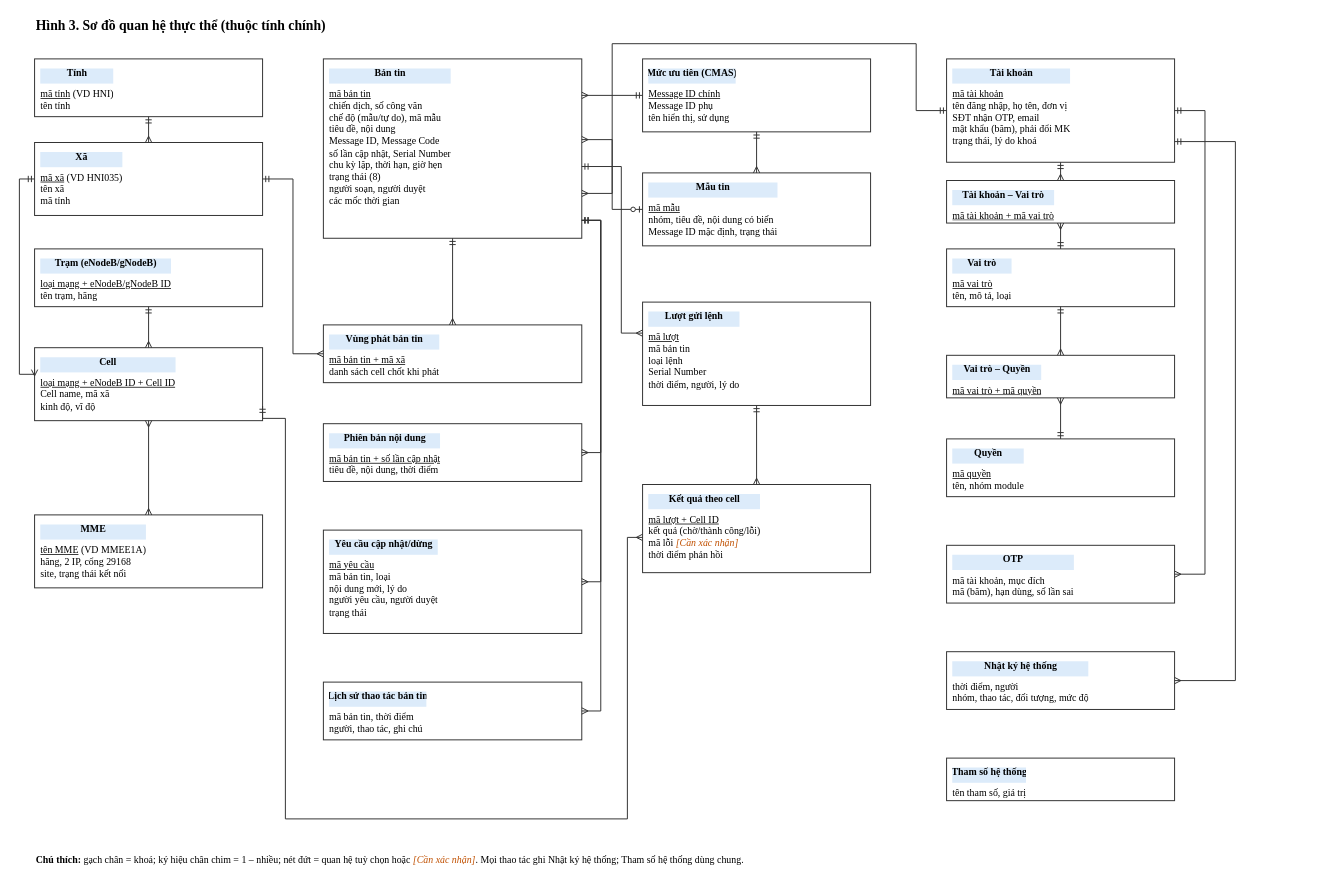
The draw.io diagram page "SRS-H3 Dữ liệu" (3 of 9) of srs/CBC_SRS_so-do.drawio in yenanna0804/cbc-demo, before the edit. Source tidied: cells renumbered, new cells numbered last; positions are measured from the earlier drawing's top-left corner, leaving out a move shared by most shapes. Both pictures are drawn from the tidied source at 76%, with x=0, y=0 at pixel (19, 13).
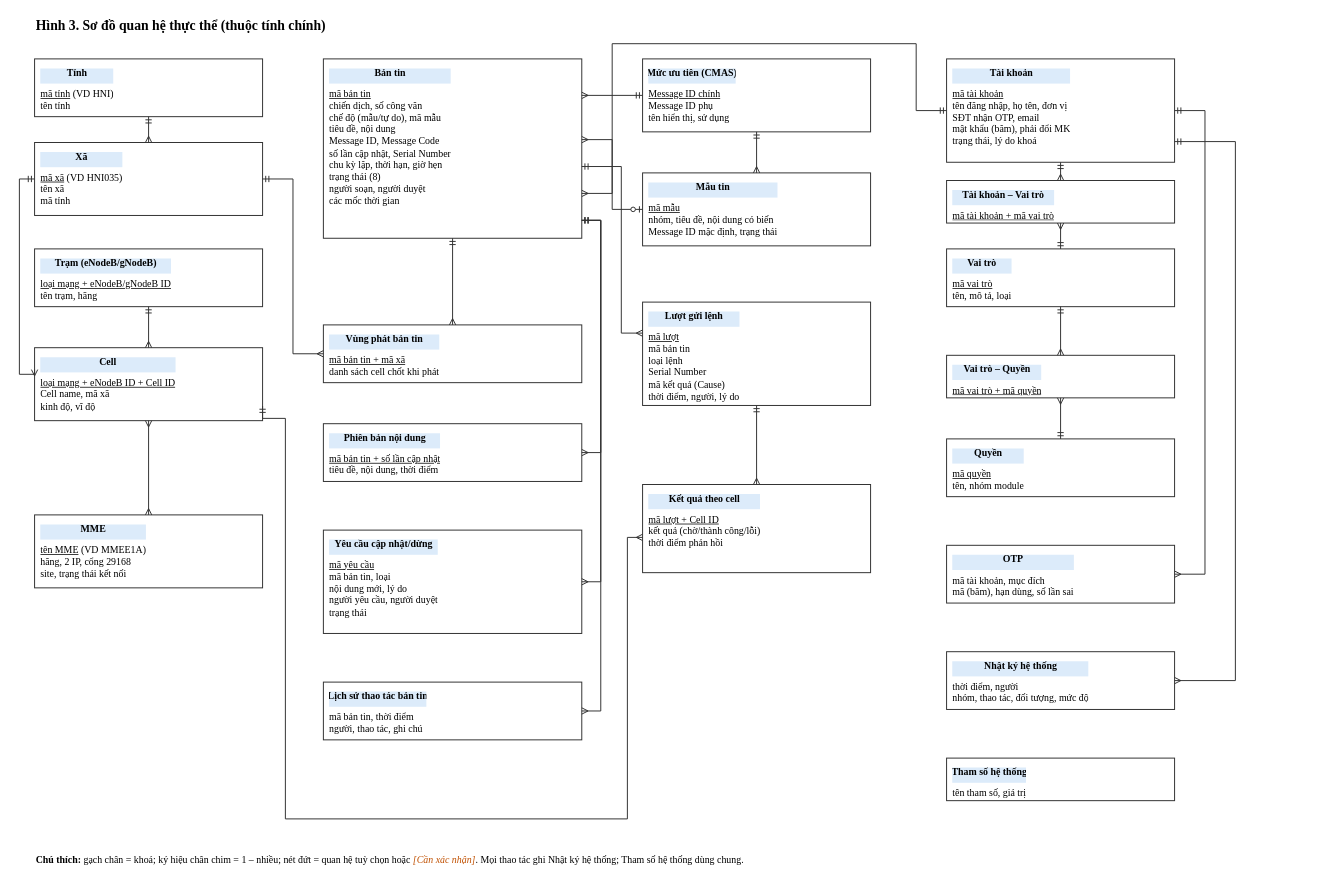
After the change.

Commit message:
SRS H3: bo ma loi theo cell, them Cause o luot gui lenh

Claude-Session: https://claude.ai/code/session_01FeLNp4ic6ftFr5ftakdFjx

The edit, as a diff of the source:
```diff
@@
-    <mxCell id="13" value="&lt;div style=&quot;background:#DCEBFA;margin:-8px -8px 6px;padding:6px;font-weight:bold;text-align:center&quot;&gt;Lượt gửi lệnh&lt;/div&gt;&lt;u&gt;mã lượt&lt;/u&gt;&lt;br&gt;mã bản tin&lt;br&gt;loại lệnh&lt;br&gt;Serial Number&lt;br&gt;thời điểm, người, lý do" style="rounded=0;arcSize=8;whiteSpace=wrap;html=1;fontFamily=Times New Roman;fontSize=13;fillColor=#FFFFFF;strokeColor=#333333;strokeWidth=1.3;align=left;verticalAlign=top;spacing=8;overflow=hidden;" parent="1" vertex="1">
+    <mxCell id="13" value="&lt;div style=&quot;background:#DCEBFA;margin:-8px -8px 6px;padding:6px;font-weight:bold;text-align:center&quot;&gt;Lượt gửi lệnh&lt;/div&gt;&lt;u&gt;mã lượt&lt;/u&gt;&lt;br&gt;mã bản tin&lt;br&gt;loại lệnh&lt;br&gt;Serial Number&lt;br&gt;mã kết quả (Cause)&lt;br&gt;thời điểm, người, lý do" style="rounded=0;arcSize=8;whiteSpace=wrap;html=1;fontFamily=Times New Roman;fontSize=13;fillColor=#FFFFFF;strokeColor=#333333;strokeWidth=1.3;align=left;verticalAlign=top;spacing=8;overflow=hidden;" parent="1" vertex="1">
       <mxGeometry x="820" y="380" width="300" height="136" as="geometry" />
     </mxCell>
-    <mxCell id="14" value="&lt;div style=&quot;background:#DCEBFA;margin:-8px -8px 6px;padding:6px;font-weight:bold;text-align:center&quot;&gt;Kết quả theo cell&lt;/div&gt;&lt;u&gt;mã lượt + Cell ID&lt;/u&gt;&lt;br&gt;kết quả (chờ/thành công/lỗi)&lt;br&gt;mã lỗi &lt;i style=&quot;color:#C05000&quot;&gt;[Cần xác nhận]&lt;/i&gt;&lt;br&gt;thời điểm phản hồi" style="rounded=0;arcSize=8;whiteSpace=wrap;html=1;fontFamily=Times New Roman;fontSize=13;fillColor=#FFFFFF;strokeColor=#333333;strokeWidth=1.3;align=left;verticalAlign=top;spacing=8;overflow=hidden;" parent="1" vertex="1">
+    <mxCell id="14" value="&lt;div style=&quot;background:#DCEBFA;margin:-8px -8px 6px;padding:6px;font-weight:bold;text-align:center&quot;&gt;Kết quả theo cell&lt;/div&gt;&lt;u&gt;mã lượt + Cell ID&lt;/u&gt;&lt;br&gt;kết quả (chờ/thành công/lỗi)&lt;br&gt;thời điểm phản hồi" style="rounded=0;arcSize=8;whiteSpace=wrap;html=1;fontFamily=Times New Roman;fontSize=13;fillColor=#FFFFFF;strokeColor=#333333;strokeWidth=1.3;align=left;verticalAlign=top;spacing=8;overflow=hidden;" parent="1" vertex="1">
       <mxGeometry x="820" y="620" width="300" height="116" as="geometry" />
     </mxCell>
```
